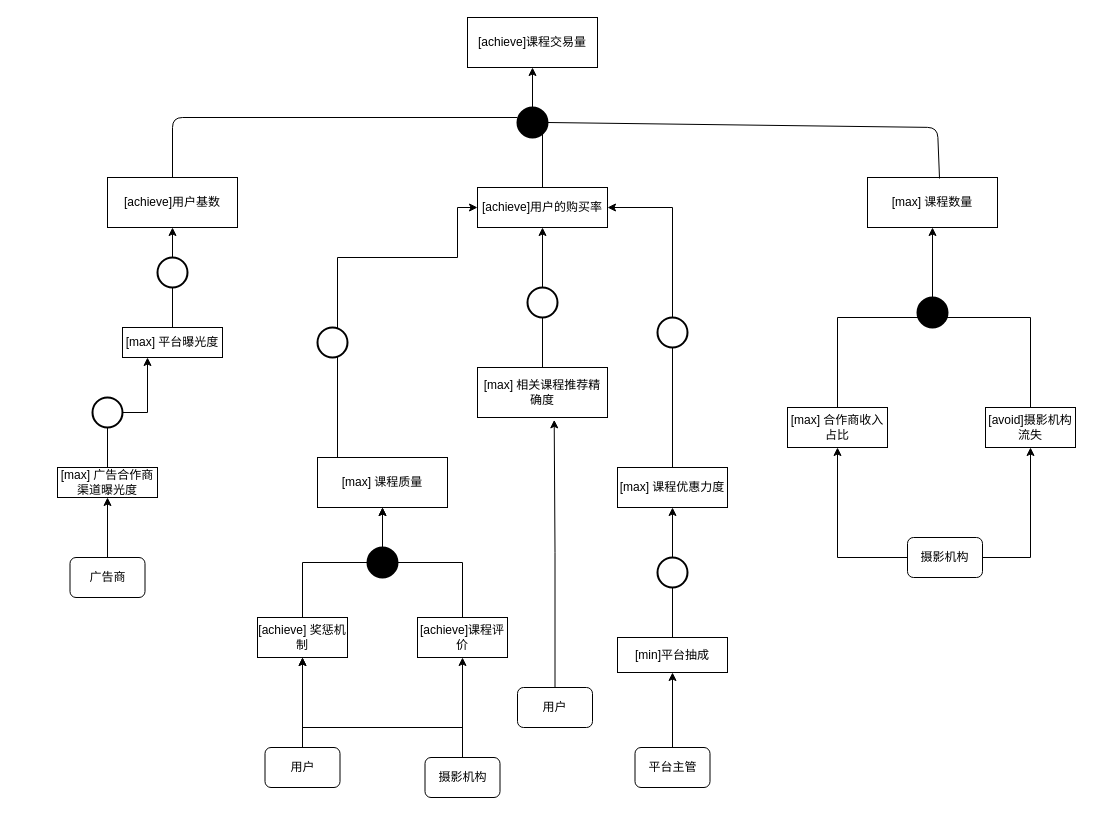
Earlier version of the draw.io diagram 课程交易加主体.drawio (Silver-2333/myfile). Source tidied: cells renumbered, new cells numbered last; positions are measured from the earlier drawing's top-left corner, leaving out a move shared by most shapes. Both pictures are drawn from the tidied source at 100%, with x=0, y=0 at pixel (57, 17).
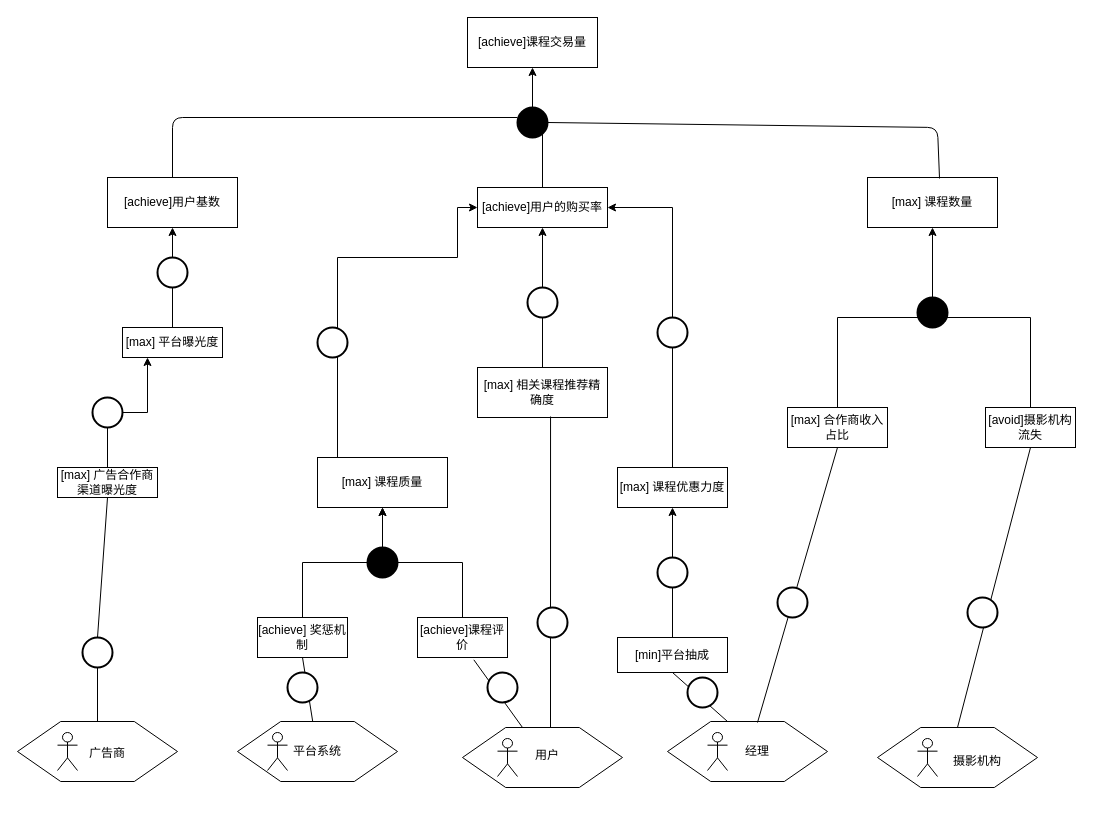
The same page after the edit.

Commit message:
Update 课程交易加主体.drawio

The change refers to these unchanged cells:
```xml
<mxCell id="10" value="[max] 相关课程推荐精确度" style="rounded=0;whiteSpace=wrap;html=1;" parent="1" vertex="1">
  <mxGeometry x="420" y="350" width="130" height="50" as="geometry" />
</mxCell>
<mxCell id="14" value="[max] 合作商收入占比" style="rounded=0;whiteSpace=wrap;html=1;" parent="1" vertex="1">
  <mxGeometry x="730" y="390" width="100" height="40" as="geometry" />
</mxCell>
<mxCell id="16" value="[avoid]摄影机构流失" style="rounded=0;whiteSpace=wrap;html=1;" parent="1" vertex="1">
  <mxGeometry x="928" y="390" width="90" height="40" as="geometry" />
</mxCell>
<mxCell id="18" value="[achieve]课程评价" style="rounded=0;whiteSpace=wrap;html=1;" parent="1" vertex="1">
  <mxGeometry x="360" y="600" width="90" height="40" as="geometry" />
</mxCell>
<mxCell id="20" value="[achieve] 奖惩机制" style="rounded=0;whiteSpace=wrap;html=1;" parent="1" vertex="1">
  <mxGeometry x="200" y="600" width="90" height="40" as="geometry" />
</mxCell>
<mxCell id="22" value="[min]平台抽成" style="rounded=0;whiteSpace=wrap;html=1;" parent="1" vertex="1">
  <mxGeometry x="560" y="620" width="110" height="35" as="geometry" />
</mxCell>
<mxCell id="26" value="[max] 广告合作商渠道曝光度" style="rounded=0;whiteSpace=wrap;html=1;" parent="1" vertex="1">
  <mxGeometry y="450" width="100" height="30" as="geometry" />
</mxCell>
```

Diff of the diagram source:
```diff
@@
-    <mxCell id="39" style="edgeStyle=orthogonalEdgeStyle;rounded=0;jettySize=auto;html=1;exitX=0.5;exitY=0;exitDx=0;exitDy=0;entryX=0.5;entryY=1;entryDx=0;entryDy=0;" parent="1" edge="1" source="40" target="20">
-      <mxGeometry relative="1" as="geometry" />
-    </mxCell>
-    <mxCell id="40" value="用户" style="rounded=1;whiteSpace=wrap;html=1;" parent="1" vertex="1">
-      <mxGeometry x="207.5" y="730" width="75" height="40" as="geometry" />
-    </mxCell>
-    <mxCell id="41" style="edgeStyle=orthogonalEdgeStyle;rounded=0;jettySize=auto;html=1;entryX=0.59;entryY=1.047;entryDx=0;entryDy=0;entryPerimeter=0;" parent="1" edge="1" source="42" target="10">
-      <mxGeometry relative="1" as="geometry" />
-    </mxCell>
-    <mxCell id="42" value="用户" style="rounded=1;whiteSpace=wrap;html=1;" parent="1" vertex="1">
-      <mxGeometry x="460" y="670" width="75" height="40" as="geometry" />
-    </mxCell>
-    <mxCell id="43" style="edgeStyle=orthogonalEdgeStyle;rounded=0;jettySize=auto;html=1;entryX=0.5;entryY=1;entryDx=0;entryDy=0;" parent="1" edge="1" source="45" target="14">
-      <mxGeometry relative="1" as="geometry" />
-    </mxCell>
-    <mxCell id="44" style="edgeStyle=orthogonalEdgeStyle;rounded=0;jettySize=auto;html=1;entryX=0.5;entryY=1;entryDx=0;entryDy=0;" parent="1" edge="1" source="45" target="16">
-      <mxGeometry relative="1" as="geometry" />
-    </mxCell>
-    <mxCell id="45" value="摄影机构" style="rounded=1;whiteSpace=wrap;html=1;" parent="1" vertex="1">
-      <mxGeometry x="850" y="520" width="75" height="40" as="geometry" />
-    </mxCell>
-    <mxCell id="46" style="edgeStyle=orthogonalEdgeStyle;rounded=0;jettySize=auto;html=1;exitX=0.5;exitY=0;exitDx=0;exitDy=0;" parent="1" edge="1" source="48" target="18">
-      <mxGeometry relative="1" as="geometry" />
-    </mxCell>
-    <mxCell id="47" style="edgeStyle=orthogonalEdgeStyle;rounded=0;jettySize=auto;html=1;entryX=0.5;entryY=1;entryDx=0;entryDy=0;" parent="1" edge="1" source="48" target="20">
-      <mxGeometry relative="1" as="geometry">
-        <Array as="points">
-          <mxPoint x="405" y="710" />
-          <mxPoint x="245" y="710" />
-        </Array>
-      </mxGeometry>
-    </mxCell>
-    <mxCell id="48" value="摄影机构" style="rounded=1;whiteSpace=wrap;html=1;" parent="1" vertex="1">
-      <mxGeometry x="367.5" y="740" width="75" height="40" as="geometry" />
-    </mxCell>
-    <mxCell id="49" style="edgeStyle=orthogonalEdgeStyle;rounded=0;jettySize=auto;html=1;entryX=0.5;entryY=1;entryDx=0;entryDy=0;" parent="1" edge="1" source="50" target="26">
-      <mxGeometry relative="1" as="geometry" />
-    </mxCell>
+    <mxCell id="53" style="verticalLabelPosition=bottom;verticalAlign=top;html=1;shape=hexagon;perimeter=hexagonPerimeter2;arcSize=6;size=0.27;" parent="1" vertex="1">
+      <mxGeometry x="820" y="710" width="160" height="60" as="geometry" />
+    </mxCell>
+    <mxCell id="54" style="shape=umlActor;verticalLabelPosition=bottom;verticalAlign=top;html=1;" parent="1" vertex="1">
+      <mxGeometry x="860" y="721" width="20" height="38" as="geometry" />
+    </mxCell>
+    <mxCell id="55" value="摄影机构" style="text;html=1;strokeColor=none;fillColor=none;align=center;verticalAlign=middle;whiteSpace=wrap;rounded=0;" parent="1" vertex="1">
+      <mxGeometry x="890" y="729" width="60" height="30" as="geometry" />
+    </mxCell>
+    <mxCell id="56" style="verticalLabelPosition=bottom;verticalAlign=top;html=1;shape=hexagon;perimeter=hexagonPerimeter2;arcSize=6;size=0.27;" parent="1" vertex="1">
+      <mxGeometry x="180" y="704" width="160" height="60" as="geometry" />
+    </mxCell>
+    <mxCell id="57" style="shape=umlActor;verticalLabelPosition=bottom;verticalAlign=top;html=1;" parent="1" vertex="1">
+      <mxGeometry x="210" y="715" width="20" height="38" as="geometry" />
+    </mxCell>
+    <mxCell id="58" value="平台系统" style="text;html=1;strokeColor=none;fillColor=none;align=center;verticalAlign=middle;whiteSpace=wrap;rounded=0;" parent="1" vertex="1">
+      <mxGeometry x="230" y="719" width="60" height="30" as="geometry" />
+    </mxCell>
+    <mxCell id="59" style="verticalLabelPosition=bottom;verticalAlign=top;html=1;shape=hexagon;perimeter=hexagonPerimeter2;arcSize=6;size=0.27;" parent="1" vertex="1">
+      <mxGeometry x="405" y="710" width="160" height="60" as="geometry" />
+    </mxCell>
+    <mxCell id="60" style="shape=umlActor;verticalLabelPosition=bottom;verticalAlign=top;html=1;" parent="1" vertex="1">
+      <mxGeometry x="440" y="721" width="20" height="38" as="geometry" />
+    </mxCell>
+    <mxCell id="61" value="用户" style="text;html=1;strokeColor=none;fillColor=none;align=center;verticalAlign=middle;whiteSpace=wrap;rounded=0;" parent="1" vertex="1">
+      <mxGeometry x="460" y="723" width="60" height="30" as="geometry" />
+    </mxCell>
+    <mxCell id="62" style="verticalLabelPosition=bottom;verticalAlign=top;html=1;shape=hexagon;perimeter=hexagonPerimeter2;arcSize=6;size=0.27;" parent="1" vertex="1">
+      <mxGeometry x="610" y="704" width="160" height="60" as="geometry" />
+    </mxCell>
+    <mxCell id="63" style="shape=umlActor;verticalLabelPosition=bottom;verticalAlign=top;html=1;" parent="1" vertex="1">
+      <mxGeometry x="650" y="715" width="20" height="38" as="geometry" />
+    </mxCell>
+    <mxCell id="64" value="经理" style="text;html=1;strokeColor=none;fillColor=none;align=center;verticalAlign=middle;whiteSpace=wrap;rounded=0;" parent="1" vertex="1">
+      <mxGeometry x="670" y="719" width="60" height="30" as="geometry" />
+    </mxCell>
+    <mxCell id="65" style="endArrow=none;html=1;rounded=0;entryX=0.5;entryY=1;entryDx=0;entryDy=0;" parent="1" edge="1" source="56" target="20">
+      <mxGeometry relative="1" as="geometry" />
+    </mxCell>
+    <mxCell id="66" style="endArrow=none;html=1;rounded=0;entryX=0.375;entryY=0;entryDx=0;entryDy=0;exitX=0.626;exitY=1.058;exitDx=0;exitDy=0;exitPerimeter=0;" parent="1" edge="1" source="18" target="59">
+      <mxGeometry relative="1" as="geometry" />
+    </mxCell>
+    <mxCell id="67" style="endArrow=none;html=1;rounded=0;entryX=0.562;entryY=0.98;entryDx=0;entryDy=0;entryPerimeter=0;" parent="1" edge="1" target="10">
+      <mxGeometry relative="1" as="geometry">
+        <mxPoint x="493" y="710" as="sourcePoint" />
+      </mxGeometry>
+    </mxCell>
+    <mxCell id="68" style="endArrow=none;html=1;rounded=0;entryX=0.5;entryY=1;entryDx=0;entryDy=0;" parent="1" edge="1" target="14">
+      <mxGeometry relative="1" as="geometry">
+        <mxPoint x="700" y="705" as="sourcePoint" />
+      </mxGeometry>
+    </mxCell>
+    <mxCell id="69" style="endArrow=none;html=1;rounded=0;entryX=0.5;entryY=1;entryDx=0;entryDy=0;exitX=0.375;exitY=0;exitDx=0;exitDy=0;" parent="1" edge="1" source="62" target="22">
+      <mxGeometry relative="1" as="geometry" />
+    </mxCell>
+    <mxCell id="70" style="endArrow=none;html=1;rounded=0;entryX=0.5;entryY=1;entryDx=0;entryDy=0;exitX=0.5;exitY=0;exitDx=0;exitDy=0;" parent="1" edge="1" source="53" target="16">
+      <mxGeometry relative="1" as="geometry" />
+    </mxCell>
+    <mxCell id="71" style="strokeWidth=2;html=1;shape=mxgraph.flowchart.start_2;whiteSpace=wrap;" parent="1" vertex="1">
+      <mxGeometry x="720" y="570" width="30" height="30" as="geometry" />
+    </mxCell>
+    <mxCell id="72" style="strokeWidth=2;html=1;shape=mxgraph.flowchart.start_2;whiteSpace=wrap;" parent="1" vertex="1">
+      <mxGeometry x="910" y="580" width="30" height="30" as="geometry" />
+    </mxCell>
+    <mxCell id="73" style="strokeWidth=2;html=1;shape=mxgraph.flowchart.start_2;whiteSpace=wrap;" parent="1" vertex="1">
+      <mxGeometry x="630" y="660" width="30" height="30" as="geometry" />
+    </mxCell>
+    <mxCell id="74" style="strokeWidth=2;html=1;shape=mxgraph.flowchart.start_2;whiteSpace=wrap;" parent="1" vertex="1">
+      <mxGeometry x="480" y="590" width="30" height="30" as="geometry" />
+    </mxCell>
+    <mxCell id="75" style="strokeWidth=2;html=1;shape=mxgraph.flowchart.start_2;whiteSpace=wrap;" parent="1" vertex="1">
+      <mxGeometry x="430" y="655" width="30" height="30" as="geometry" />
+    </mxCell>
+    <mxCell id="76" style="strokeWidth=2;html=1;shape=mxgraph.flowchart.start_2;whiteSpace=wrap;" parent="1" vertex="1">
+      <mxGeometry x="230" y="655" width="30" height="30" as="geometry" />
+    </mxCell>
+    <mxCell id="77" style="verticalLabelPosition=bottom;verticalAlign=top;html=1;shape=hexagon;perimeter=hexagonPerimeter2;arcSize=6;size=0.27;" parent="1" vertex="1">
+      <mxGeometry x="-40" y="704" width="160" height="60" as="geometry" />
+    </mxCell>
+    <mxCell id="78" style="shape=umlActor;verticalLabelPosition=bottom;verticalAlign=top;html=1;" parent="1" vertex="1">
+      <mxGeometry y="715" width="20" height="38" as="geometry" />
+    </mxCell>
-    <mxCell id="50" value="广告商" style="rounded=1;whiteSpace=wrap;html=1;" parent="1" vertex="1">
-      <mxGeometry x="12.5" y="540" width="75" height="40" as="geometry" />
+    <mxCell id="50" value="广告商" style="text;html=1;strokeColor=none;fillColor=none;align=center;verticalAlign=middle;whiteSpace=wrap;rounded=0;" parent="1" vertex="1">
+      <mxGeometry x="20" y="721" width="60" height="30" as="geometry" />
     </mxCell>
-    <mxCell id="51" style="edgeStyle=orthogonalEdgeStyle;rounded=0;jettySize=auto;html=1;entryX=0.5;entryY=1;entryDx=0;entryDy=0;" parent="1" edge="1" source="52" target="22">
-      <mxGeometry relative="1" as="geometry" />
-    </mxCell>
-    <mxCell id="52" value="平台主管" style="rounded=1;whiteSpace=wrap;html=1;" parent="1" vertex="1">
-      <mxGeometry x="577.5" y="730" width="75" height="40" as="geometry" />
-    </mxCell>
+    <mxCell id="79" style="endArrow=none;html=1;rounded=0;entryX=0.5;entryY=1;entryDx=0;entryDy=0;exitX=0.5;exitY=0;exitDx=0;exitDy=0;startArrow=none;" parent="1" edge="1" source="80" target="26">
+      <mxGeometry relative="1" as="geometry" />
+    </mxCell>
+    <mxCell id="80" style="strokeWidth=2;html=1;shape=mxgraph.flowchart.start_2;whiteSpace=wrap;" parent="1" vertex="1">
+      <mxGeometry x="25" y="620" width="30" height="30" as="geometry" />
+    </mxCell>
+    <mxCell id="81" style="endArrow=none;html=1;rounded=0;entryX=0.5;entryY=1;entryDx=0;entryDy=0;exitX=0.5;exitY=0;exitDx=0;exitDy=0;" parent="1" edge="1" source="77" target="80">
+      <mxGeometry relative="1" as="geometry" />
+    </mxCell>
```
